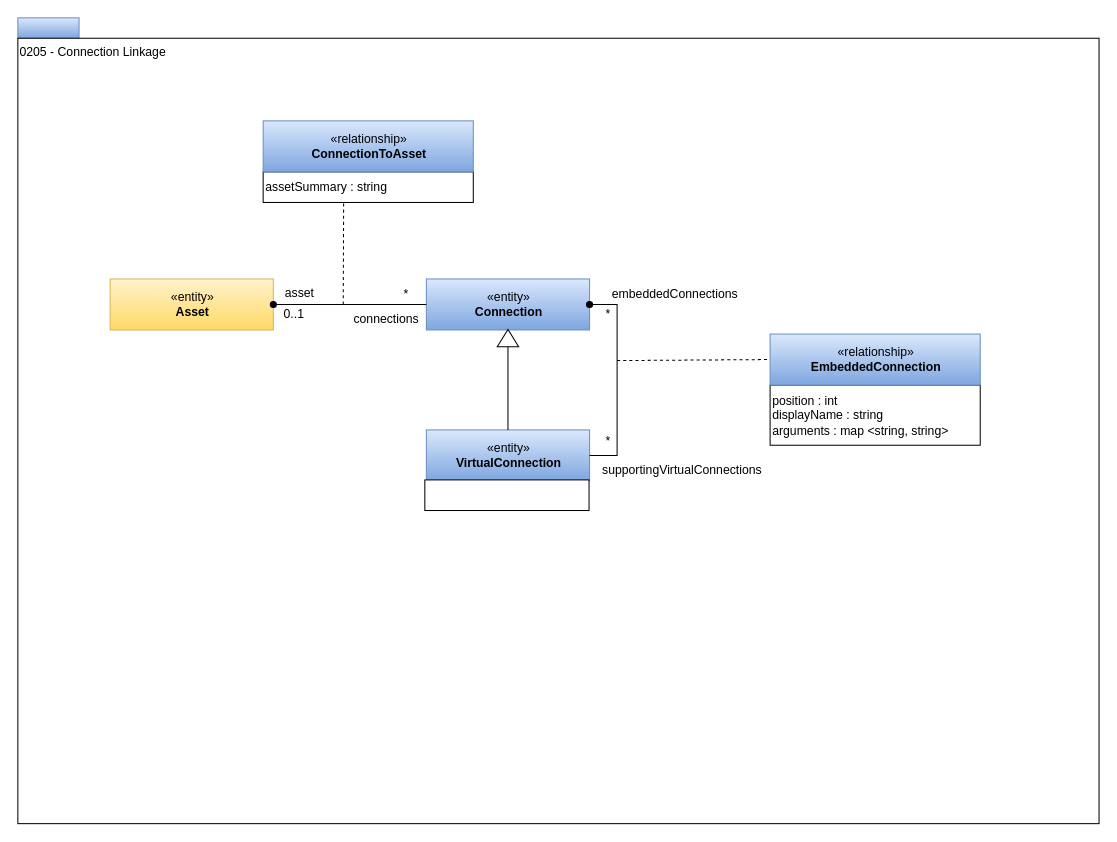
Earlier version of the draw.io diagram page "0205-Connection-Linkage" (3 of 24) of site/docs/types/2/area-2-assets.drawio (odpi/egeria-docs). Source tidied: cells renumbered, new cells numbered last; positions are measured from the earlier drawing's top-left corner, leaving out a move shared by most shapes. Both pictures are drawn from the tidied source at 102%, with x=0, y=0 at pixel (17, 17).
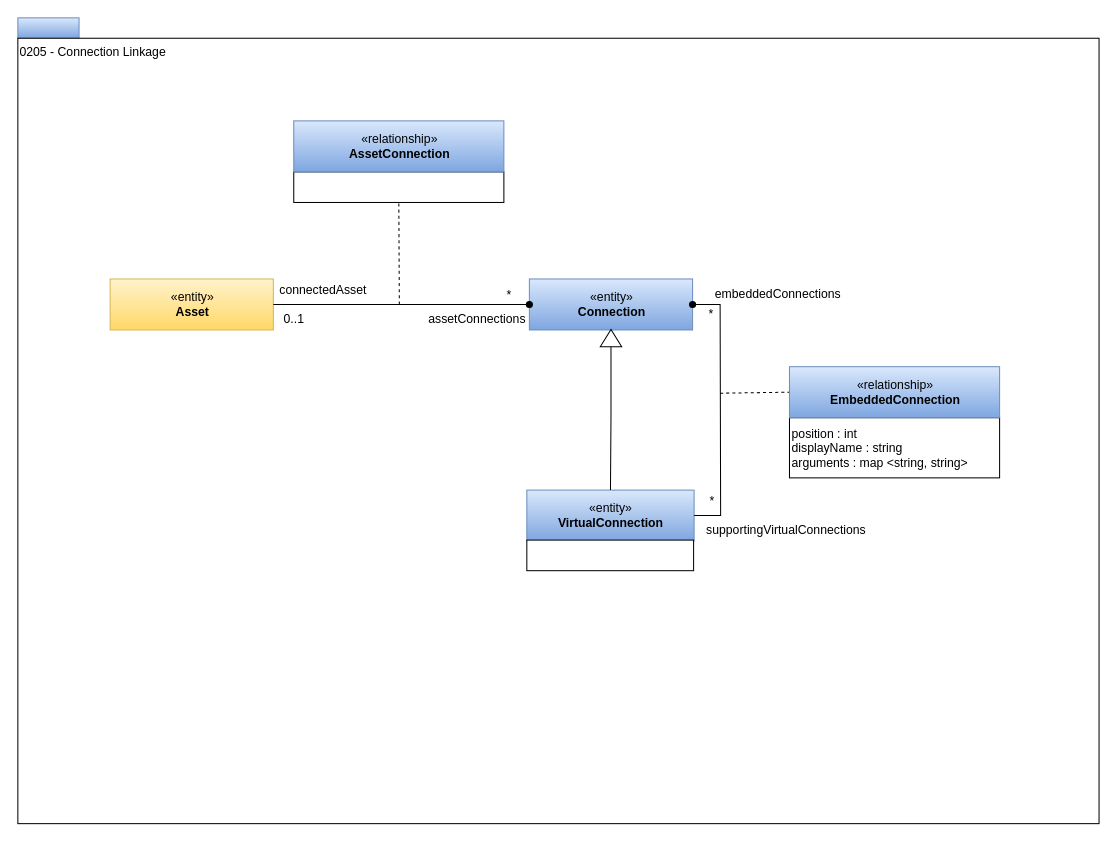
After the change.

Unchanged cells that the change refers to:
```xml
<mxCell id="15" value="«entity»&lt;br&gt;&lt;b&gt;Asset&lt;/b&gt;" style="html=1;strokeColor=#d6b656;align=center;fillColor=#fff2cc;gradientColor=#ffd966;" parent="1" vertex="1">
  <mxGeometry x="90.5" y="256" width="160" height="50" as="geometry" />
</mxCell>
```

Diff of the diagram source:
```diff
@@
     <mxCell id="4" value="«entity»&lt;br&gt;&lt;b&gt;VirtualConnection&lt;/b&gt;" style="html=1;strokeColor=#6c8ebf;align=center;fillColor=#dae8fc;gradientColor=#7ea6e0;" parent="1" vertex="1">
-      <mxGeometry x="400.5" y="404" width="160" height="50" as="geometry" />
+      <mxGeometry x="499" y="463" width="164" height="50" as="geometry" />
     </mxCell>
     <mxCell id="5" style="endArrow=none;dashed=1;html=1;entryX=0;entryY=0.5;" parent="1" edge="1" target="12">
       <mxGeometry relative="1" as="geometry">
-        <mxPoint x="587.5" y="336" as="sourcePoint" />
+        <mxPoint x="688.5" y="368" as="sourcePoint" />
       </mxGeometry>
     </mxCell>
     <mxCell id="6" value="*" style="text;html=1;strokeColor=none;fillColor=none;align=center;verticalAlign=middle;whiteSpace=wrap;rounded=0;" parent="1" vertex="1">
-      <mxGeometry x="558.5" y="405" width="40" height="20" as="geometry" />
+      <mxGeometry x="661" y="464" width="40" height="20" as="geometry" />
     </mxCell>
     <mxCell id="7" value="embeddedConnections" style="text;html=1;strokeColor=none;fillColor=none;align=center;verticalAlign=middle;whiteSpace=wrap;rounded=0;" parent="1" vertex="1">
-      <mxGeometry x="567.5" y="261" width="153" height="20" as="geometry" />
+      <mxGeometry x="668.5" y="261" width="153" height="20" as="geometry" />
     </mxCell>
     <mxCell id="8" value="supportingVirtualConnections" style="text;html=1;strokeColor=none;fillColor=none;align=center;verticalAlign=middle;whiteSpace=wrap;rounded=0;" parent="1" vertex="1">
-      <mxGeometry x="555.5" y="434" width="191" height="20" as="geometry" />
+      <mxGeometry x="658" y="493" width="191" height="20" as="geometry" />
     </mxCell>
     <mxCell id="9" value="position : int&lt;br&gt;displayName : string&lt;br&gt;arguments : map &amp;lt;string, string&amp;gt;&lt;br&gt;" style="rounded=0;whiteSpace=wrap;html=1;strokeColor=#000000;gradientColor=#ffffff;align=left;" parent="1" vertex="1">
-      <mxGeometry x="737.5" y="360" width="206" height="59" as="geometry" />
+      <mxGeometry x="756.5" y="392" width="206" height="59" as="geometry" />
     </mxCell>
     <mxCell id="10" value="*" style="text;html=1;strokeColor=none;fillColor=none;align=center;verticalAlign=middle;whiteSpace=wrap;rounded=0;" parent="1" vertex="1">
-      <mxGeometry x="558.5" y="281" width="40" height="20" as="geometry" />
+      <mxGeometry x="659.5" y="281" width="40" height="20" as="geometry" />
     </mxCell>
     <mxCell id="11" value="«entity»&lt;br&gt;&lt;b&gt;Connection&lt;/b&gt;" style="html=1;strokeColor=#6c8ebf;align=center;fillColor=#dae8fc;gradientColor=#7ea6e0;" parent="1" vertex="1">
-      <mxGeometry x="400.5" y="256" width="160" height="50" as="geometry" />
+      <mxGeometry x="501.5" y="256" width="160" height="50" as="geometry" />
     </mxCell>
     <mxCell id="12" value="«relationship»&lt;br&gt;&lt;b&gt;EmbeddedConnection&lt;/b&gt;" style="html=1;strokeColor=#6c8ebf;align=center;fillColor=#dae8fc;gradientColor=#7ea6e0;" parent="1" vertex="1">
-      <mxGeometry x="737.5" y="310" width="206" height="50" as="geometry" />
+      <mxGeometry x="756.5" y="342" width="206" height="50" as="geometry" />
     </mxCell>
@@
     <mxCell id="14" style="triangle;whiteSpace=wrap;html=1;strokeColor=#000000;gradientColor=#ffffff;align=center;rotation=-90;" parent="1" vertex="1">
-      <mxGeometry x="472" y="303.5" width="17" height="21" as="geometry" />
+      <mxGeometry x="573" y="303.5" width="17" height="21" as="geometry" />
     </mxCell>
@@
-    <mxCell id="16" style="endArrow=none;html=1;entryX=0;entryY=0.5;startArrow=oval;startFill=1;" parent="1" edge="1" source="15" target="11">
+    <mxCell id="16" style="endArrow=none;html=1;entryX=1;entryY=0.5;startArrow=oval;startFill=1;entryDx=0;entryDy=0;exitX=0;exitY=0.5;exitDx=0;exitDy=0;" parent="1" edge="1" source="11" target="15">
       <mxGeometry relative="1" as="geometry" />
     </mxCell>
     <mxCell id="17" value="*" style="text;html=1;strokeColor=none;fillColor=none;align=center;verticalAlign=middle;whiteSpace=wrap;rounded=0;" parent="1" vertex="1">
-      <mxGeometry x="360.5" y="261" width="40" height="20" as="geometry" />
+      <mxGeometry x="461.5" y="262" width="40" height="20" as="geometry" />
     </mxCell>
-    <mxCell id="18" value="connections" style="text;html=1;strokeColor=none;fillColor=none;align=center;verticalAlign=middle;whiteSpace=wrap;rounded=0;" parent="1" vertex="1">
-      <mxGeometry x="285" y="286" width="153" height="20" as="geometry" />
+    <mxCell id="18" value="assetConnections" style="text;html=1;strokeColor=none;fillColor=none;align=center;verticalAlign=middle;whiteSpace=wrap;rounded=0;" parent="1" vertex="1">
+      <mxGeometry x="409.5" y="286" width="81" height="20" as="geometry" />
     </mxCell>
-    <mxCell id="19" value="asset" style="text;html=1;strokeColor=none;fillColor=none;align=center;verticalAlign=middle;whiteSpace=wrap;rounded=0;" parent="1" vertex="1">
-      <mxGeometry x="250.5" y="260" width="51" height="20" as="geometry" />
+    <mxCell id="19" value="connectedAsset" style="text;html=1;strokeColor=none;fillColor=none;align=center;verticalAlign=middle;whiteSpace=wrap;rounded=0;" parent="1" vertex="1">
+      <mxGeometry x="250.5" y="257" width="96.5" height="20" as="geometry" />
     </mxCell>
     <mxCell id="20" value="0..1" style="text;html=1;strokeColor=none;fillColor=none;align=center;verticalAlign=middle;whiteSpace=wrap;rounded=0;" parent="1" vertex="1">
-      <mxGeometry x="250.5" y="281" width="40" height="20" as="geometry" />
+      <mxGeometry x="250.5" y="286" width="40" height="20" as="geometry" />
     </mxCell>
-    <mxCell id="21" style="endArrow=none;dashed=1;html=1;entryX=0.383;entryY=1.017;entryPerimeter=0;" parent="1" edge="1" target="22">
+    <mxCell id="21" style="endArrow=none;dashed=1;html=1;entryX=0.5;entryY=1;entryDx=0;entryDy=0;" parent="1" edge="1">
       <mxGeometry relative="1" as="geometry">
-        <mxPoint x="319" y="281" as="sourcePoint" />
+        <mxPoint x="374" y="281" as="sourcePoint" />
+        <mxPoint x="373.5" y="181" as="targetPoint" />
       </mxGeometry>
     </mxCell>
-    <mxCell id="22" value="assetSummary : string&lt;br&gt;" style="rounded=0;whiteSpace=wrap;html=1;strokeColor=#000000;gradientColor=#ffffff;align=left;" parent="1" vertex="1">
-      <mxGeometry x="240.5" y="151" width="206" height="30" as="geometry" />
+    <mxCell id="22" style="rounded=0;whiteSpace=wrap;html=1;strokeColor=#000000;gradientColor=#ffffff;align=left;" parent="1" vertex="1">
+      <mxGeometry x="270.5" y="151" width="206" height="30" as="geometry" />
     </mxCell>
-    <mxCell id="23" value="«relationship»&lt;br&gt;&lt;b&gt;ConnectionToAsset&lt;/b&gt;" style="html=1;strokeColor=#6c8ebf;align=center;fillColor=#dae8fc;gradientColor=#7ea6e0;" parent="1" vertex="1">
-      <mxGeometry x="240.5" y="101" width="206" height="50" as="geometry" />
+    <mxCell id="23" value="«relationship»&lt;br&gt;&lt;b&gt;AssetConnection&lt;/b&gt;" style="html=1;strokeColor=#6c8ebf;align=center;fillColor=#dae8fc;gradientColor=#7ea6e0;" parent="1" vertex="1">
+      <mxGeometry x="270.5" y="101" width="206" height="50" as="geometry" />
     </mxCell>
     <mxCell id="24" value="&amp;nbsp;" style="rounded=0;whiteSpace=wrap;html=1;strokeColor=#000000;gradientColor=#ffffff;align=left;" parent="1" vertex="1">
-      <mxGeometry x="399" y="453" width="161" height="30" as="geometry" />
+      <mxGeometry x="499" y="512" width="163.5" height="30" as="geometry" />
     </mxCell>
     <mxCell id="25" style="endArrow=oval;html=1;entryX=1;entryY=0.5;exitX=1;exitY=0.5;rounded=0;endFill=1;" parent="1" edge="1" source="4" target="11">
       <mxGeometry relative="1" as="geometry">
         <Array as="points">
-          <mxPoint x="587.5" y="429" />
-          <mxPoint x="587.5" y="281" />
+          <mxPoint x="689" y="488" />
+          <mxPoint x="688.5" y="281" />
         </Array>
       </mxGeometry>
     </mxCell>
```
